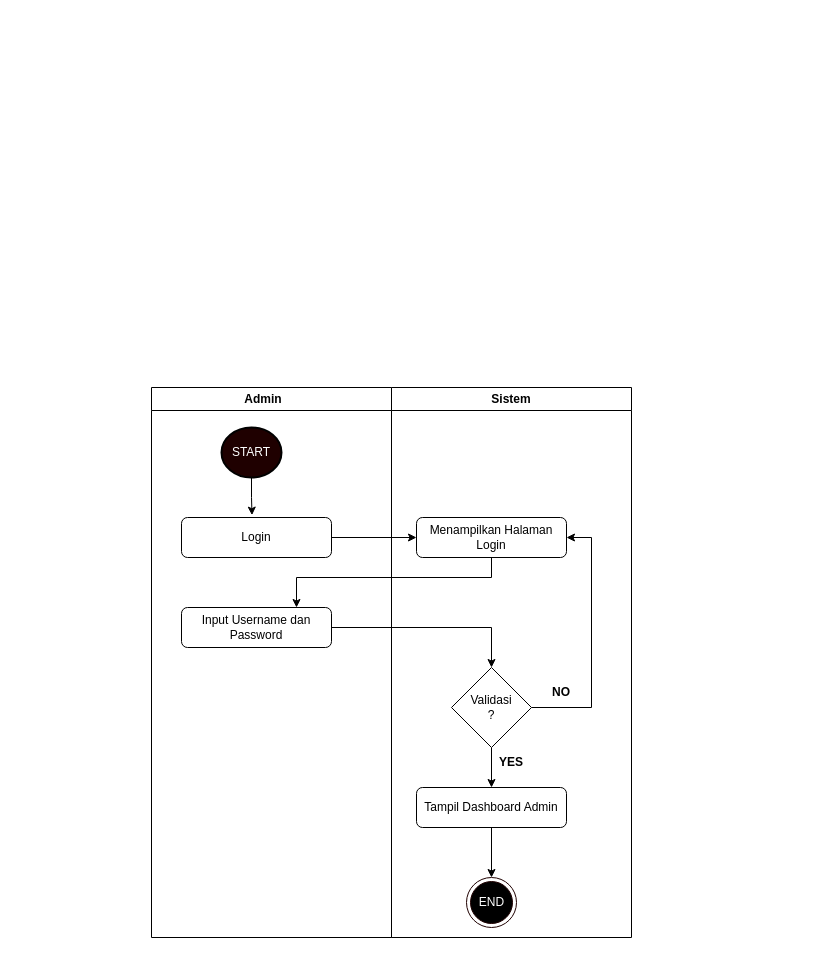
This is Diagram Tanpa Judul.drawio from bayuaji17/diagramuml, a draw.io file, before an edit. Source tidied: cells renumbered, new cells numbered last; positions are measured from the earlier drawing's top-left corner, leaving out a move shared by most shapes. Both pictures are drawn from the tidied source at 100%, with x=0, y=0 at pixel (151, 387).
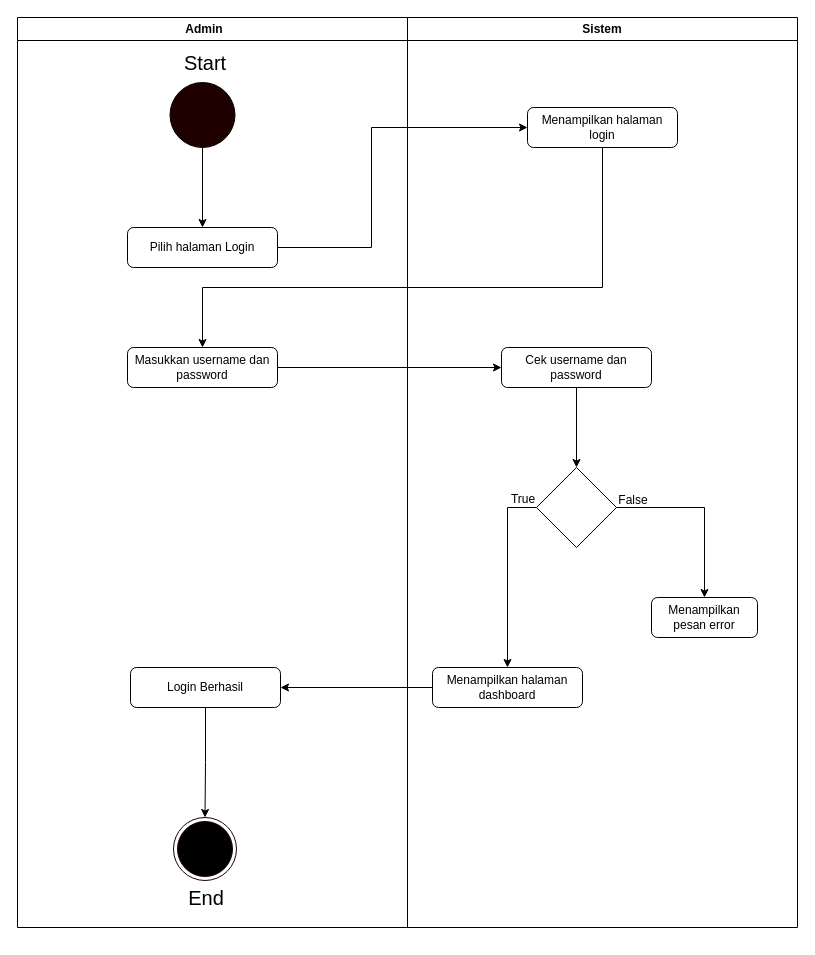
After the change.

Change to the diagram source:
```diff
@@
     <mxCell id="2" value="Admin&lt;span style=&quot;white-space: pre;&quot;&gt;&#9;&lt;/span&gt;" style="swimlane;whiteSpace=wrap;html=1;startSize=23;" parent="1" vertex="1">
-      <mxGeometry width="240" height="550" as="geometry" />
+      <mxGeometry x="-134" y="-370" width="390" height="910" as="geometry" />
     </mxCell>
-    <mxCell id="3" style="edgeStyle=orthogonalEdgeStyle;rounded=0;jettySize=auto;html=1;entryX=0.47;entryY=-0.059;entryDx=0;entryDy=0;entryPerimeter=0;" parent="2" edge="1" source="4" target="5">
-      <mxGeometry relative="1" as="geometry" />
-    </mxCell>
-    <mxCell id="4" value="&lt;font color=&quot;#ffffff&quot;&gt;START&lt;/font&gt;" style="strokeWidth=2;html=1;shape=mxgraph.flowchart.start_2;whiteSpace=wrap;fillColor=#1F0000;" parent="2" vertex="1">
-      <mxGeometry x="70" y="40" width="60" height="50" as="geometry" />
-    </mxCell>
-    <mxCell id="5" value="Login" style="rounded=1;whiteSpace=wrap;html=1;" parent="2" vertex="1">
-      <mxGeometry x="30" y="130" width="150" height="40" as="geometry" />
+    <mxCell id="5" value="Pilih halaman Login" style="rounded=1;whiteSpace=wrap;html=1;" parent="2" vertex="1">
+      <mxGeometry x="110" y="210" width="150" height="40" as="geometry" />
     </mxCell>
-    <mxCell id="6" value="Input Username dan Password" style="rounded=1;whiteSpace=wrap;html=1;" parent="2" vertex="1">
-      <mxGeometry x="30" y="220" width="150" height="40" as="geometry" />
+    <mxCell id="6" value="Masukkan username dan password" style="rounded=1;whiteSpace=wrap;html=1;" parent="2" vertex="1">
+      <mxGeometry x="110" y="330" width="150" height="40" as="geometry" />
     </mxCell>
+    <mxCell id="20" style="edgeStyle=orthogonalEdgeStyle;rounded=0;jettySize=auto;html=1;entryX=0.5;entryY=0;entryDx=0;entryDy=0;" parent="2" edge="1" source="21" target="5">
+      <mxGeometry relative="1" as="geometry" />
+    </mxCell>
+    <mxCell id="21" style="ellipse;whiteSpace=wrap;html=1;fillColor=#1F0000;" parent="2" vertex="1">
+      <mxGeometry x="152.5" y="65" width="65" height="65" as="geometry" />
+    </mxCell>
+    <mxCell id="22" value="Start" style="text;html=1;align=center;verticalAlign=middle;whiteSpace=wrap;rounded=0;fontSize=20;" parent="2" vertex="1">
+      <mxGeometry x="157.5" y="30" width="60" height="30" as="geometry" />
+    </mxCell>
+    <mxCell id="23" style="group;" parent="2" vertex="1">
+      <mxGeometry x="156" y="800" width="63" height="95" as="geometry" />
+    </mxCell>
+    <mxCell id="24" style="ellipse;html=1;shape=endState;fillColor=#000000;strokeColor=#1F0000;" parent="23" vertex="1">
+      <mxGeometry width="63" height="63" as="geometry" />
+    </mxCell>
+    <mxCell id="25" value="End" style="text;html=1;align=center;verticalAlign=middle;whiteSpace=wrap;rounded=0;fontSize=20;" parent="23" vertex="1">
+      <mxGeometry x="3" y="65" width="60" height="30" as="geometry" />
+    </mxCell>
     <mxCell id="7" value="Sistem" style="swimlane;whiteSpace=wrap;html=1;" parent="1" vertex="1">
-      <mxGeometry x="240" width="240" height="550" as="geometry" />
+      <mxGeometry x="256" y="-370" width="390" height="910" as="geometry" />
     </mxCell>
-    <mxCell id="8" value="Menampilkan Halaman Login" style="rounded=1;whiteSpace=wrap;html=1;" parent="7" vertex="1">
-      <mxGeometry x="25" y="130" width="150" height="40" as="geometry" />
+    <mxCell id="8" value="Menampilkan halaman login" style="rounded=1;whiteSpace=wrap;html=1;" parent="7" vertex="1">
+      <mxGeometry x="120" y="90" width="150" height="40" as="geometry" />
     </mxCell>
-    <mxCell id="9" style="edgeStyle=orthogonalEdgeStyle;rounded=0;jettySize=auto;html=1;entryX=1;entryY=0.5;entryDx=0;entryDy=0;" parent="7" edge="1" source="11" target="8">
-      <mxGeometry relative="1" as="geometry">
-        <Array as="points">
-          <mxPoint x="200" y="320" />
-          <mxPoint x="200" y="150" />
-        </Array>
-      </mxGeometry>
-    </mxCell>
-    <mxCell id="10" style="edgeStyle=orthogonalEdgeStyle;rounded=0;jettySize=auto;html=1;entryX=0.5;entryY=0;entryDx=0;entryDy=0;" parent="7" edge="1" source="11" target="13">
+    <mxCell id="10" style="edgeStyle=orthogonalEdgeStyle;rounded=0;jettySize=auto;html=1;entryX=0.5;entryY=0;entryDx=0;entryDy=0;exitX=0;exitY=0.5;exitDx=0;exitDy=0;" parent="7" edge="1" source="11" target="13">
       <mxGeometry relative="1" as="geometry" />
     </mxCell>
+    <mxCell id="26" style="edgeStyle=orthogonalEdgeStyle;rounded=0;jettySize=auto;html=1;entryX=0.5;entryY=0;entryDx=0;entryDy=0;" parent="7" edge="1" source="11" target="30">
+      <mxGeometry relative="1" as="geometry" />
+    </mxCell>
-    <mxCell id="11" value="Validasi&lt;br&gt;?" style="rhombus;whiteSpace=wrap;html=1;" parent="7" vertex="1">
-      <mxGeometry x="60" y="280" width="80" height="80" as="geometry" />
+    <mxCell id="11" style="rhombus;whiteSpace=wrap;html=1;" parent="7" vertex="1">
+      <mxGeometry x="129" y="450" width="80" height="80" as="geometry" />
     </mxCell>
-    <mxCell id="12" style="edgeStyle=orthogonalEdgeStyle;rounded=0;jettySize=auto;html=1;" parent="7" edge="1" source="13" target="14">
-      <mxGeometry relative="1" as="geometry" />
-    </mxCell>
+    <mxCell id="27" style="edgeStyle=orthogonalEdgeStyle;rounded=0;jettySize=auto;html=1;" parent="7" edge="1" source="13" target="31">
+      <mxGeometry relative="1" as="geometry" />
+    </mxCell>
-    <mxCell id="13" value="Tampil Dashboard Admin" style="rounded=1;whiteSpace=wrap;html=1;" parent="7" vertex="1">
-      <mxGeometry x="25" y="400" width="150" height="40" as="geometry" />
+    <mxCell id="13" value="Menampilkan halaman dashboard" style="rounded=1;whiteSpace=wrap;html=1;" parent="7" vertex="1">
+      <mxGeometry x="25" y="650" width="150" height="40" as="geometry" />
     </mxCell>
-    <mxCell id="14" value="&lt;font color=&quot;#ffffff&quot;&gt;END&lt;br&gt;&lt;/font&gt;" style="ellipse;html=1;shape=endState;fillColor=#000000;strokeColor=#1F0000;" parent="7" vertex="1">
-      <mxGeometry x="75" y="490" width="50" height="50" as="geometry" />
-    </mxCell>
-    <mxCell id="15" value="&lt;b&gt;NO&lt;/b&gt;" style="text;html=1;strokeColor=none;fillColor=none;align=center;verticalAlign=middle;whiteSpace=wrap;rounded=0;glass=0;" parent="7" vertex="1">
-      <mxGeometry x="140" y="290" width="60" height="30" as="geometry" />
-    </mxCell>
-    <mxCell id="16" value="&lt;b&gt;YES&lt;/b&gt;" style="text;html=1;strokeColor=none;fillColor=none;align=center;verticalAlign=middle;whiteSpace=wrap;rounded=0;" parent="7" vertex="1">
-      <mxGeometry x="90" y="360" width="60" height="30" as="geometry" />
-    </mxCell>
+    <mxCell id="28" style="edgeStyle=orthogonalEdgeStyle;rounded=0;jettySize=auto;html=1;entryX=0.5;entryY=0;entryDx=0;entryDy=0;" parent="7" edge="1" source="29" target="11">
+      <mxGeometry relative="1" as="geometry" />
+    </mxCell>
+    <mxCell id="29" value="Cek username dan password" style="rounded=1;whiteSpace=wrap;html=1;" parent="7" vertex="1">
+      <mxGeometry x="94" y="330" width="150" height="40" as="geometry" />
+    </mxCell>
+    <mxCell id="30" value="Menampilkan pesan error" style="rounded=1;whiteSpace=wrap;html=1;" parent="7" vertex="1">
+      <mxGeometry x="244" y="580" width="106" height="40" as="geometry" />
+    </mxCell>
+    <mxCell id="31" value="Login Berhasil" style="rounded=1;whiteSpace=wrap;html=1;" parent="7" vertex="1">
+      <mxGeometry x="-277" y="650" width="150" height="40" as="geometry" />
+    </mxCell>
+    <mxCell id="32" value="False" style="text;html=1;align=center;verticalAlign=middle;whiteSpace=wrap;rounded=0;" parent="7" vertex="1">
+      <mxGeometry x="196" y="468" width="60" height="30" as="geometry" />
+    </mxCell>
-    <mxCell id="17" style="edgeStyle=orthogonalEdgeStyle;rounded=0;jettySize=auto;html=1;" parent="1" edge="1" source="5" target="8">
-      <mxGeometry relative="1" as="geometry" />
+    <mxCell id="17" style="edgeStyle=orthogonalEdgeStyle;rounded=0;jettySize=auto;html=1;entryX=0;entryY=0.5;entryDx=0;entryDy=0;" parent="1" edge="1" source="5" target="8">
+      <mxGeometry relative="1" as="geometry">
+        <Array as="points">
+          <mxPoint x="220" y="-140" />
+          <mxPoint x="220" y="-260" />
+        </Array>
+      </mxGeometry>
     </mxCell>
-    <mxCell id="18" style="edgeStyle=orthogonalEdgeStyle;rounded=0;jettySize=auto;html=1;" parent="1" edge="1" source="8" target="6">
+    <mxCell id="18" style="edgeStyle=orthogonalEdgeStyle;rounded=0;jettySize=auto;html=1;entryX=0.5;entryY=0;entryDx=0;entryDy=0;" parent="1" edge="1" source="8" target="6">
       <mxGeometry relative="1" as="geometry">
         <Array as="points">
-          <mxPoint x="340" y="190" />
-          <mxPoint x="145" y="190" />
+          <mxPoint x="451" y="-100" />
+          <mxPoint x="51" y="-100" />
         </Array>
       </mxGeometry>
     </mxCell>
-    <mxCell id="19" style="edgeStyle=orthogonalEdgeStyle;rounded=0;jettySize=auto;html=1;entryX=0.5;entryY=0;entryDx=0;entryDy=0;" parent="1" edge="1" source="6" target="11">
-      <mxGeometry relative="1" as="geometry" />
-    </mxCell>
+    <mxCell id="33" style="edgeStyle=orthogonalEdgeStyle;rounded=0;jettySize=auto;html=1;entryX=0;entryY=0.5;entryDx=0;entryDy=0;" parent="1" edge="1" source="6" target="29">
+      <mxGeometry relative="1" as="geometry" />
+    </mxCell>
+    <mxCell id="34" style="edgeStyle=orthogonalEdgeStyle;rounded=0;jettySize=auto;html=1;entryX=0.5;entryY=0;entryDx=0;entryDy=0;" parent="1" edge="1" source="31" target="24">
+      <mxGeometry relative="1" as="geometry" />
+    </mxCell>
+    <mxCell id="35" value="True" style="text;html=1;align=center;verticalAlign=middle;whiteSpace=wrap;rounded=0;" parent="1" vertex="1">
+      <mxGeometry x="342" y="97" width="60" height="30" as="geometry" />
+    </mxCell>
```
